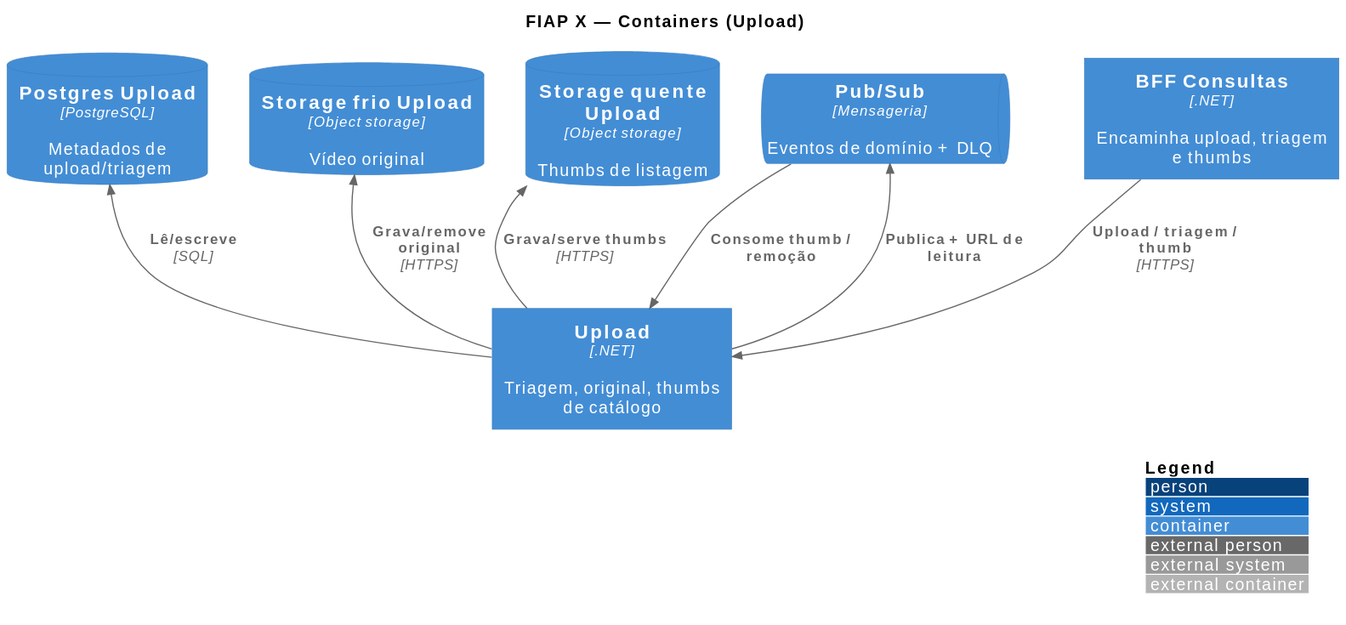
fiap-x-vcosta/docs keeps this PlantUML diagram as arquitetura/03_containers-upload.svg. Above is the earlier version.
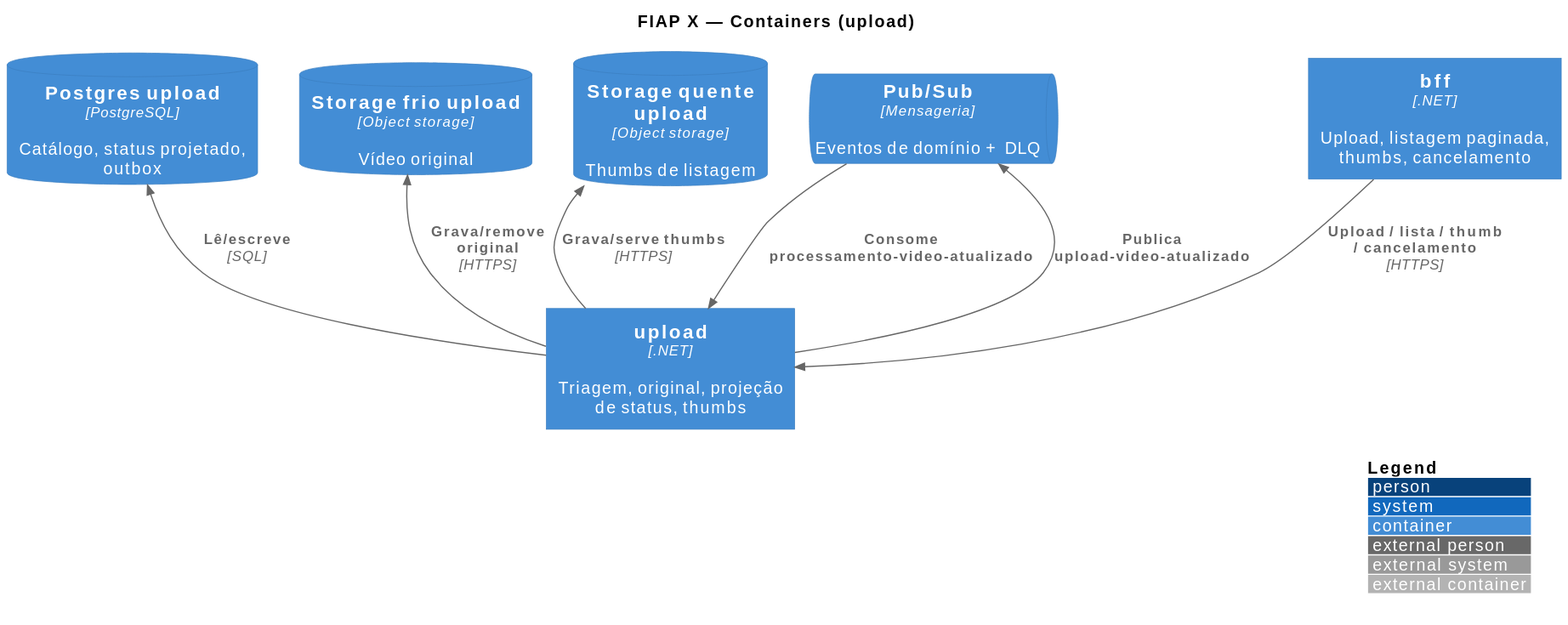
After the commit.

What changed in the source:
```diff
@@ -4,21 +4,21 @@
 LAYOUT_WITH_LEGEND()
 LAYOUT_TOP_DOWN()
 
-title FIAP X — Containers (Upload)
+title FIAP X — Containers (upload)
 
-Container(bff, "BFF Consultas", ".NET", "Encaminha upload, triagem e thumbs")
-Container(upload, "Upload", ".NET", "Triagem, original, thumbs de catálogo")
-ContainerDb(pgUpload, "Postgres Upload", "PostgreSQL", "Metadados de upload/triagem")
-ContainerDb(frioUp, "Storage frio Upload", "Object storage", "Vídeo original")
-ContainerDb(quente, "Storage quente Upload", "Object storage", "Thumbs de listagem")
+Container(bff, "bff", ".NET", "Upload, listagem paginada, thumbs, cancelamento")
+Container(upload, "upload", ".NET", "Triagem, original, projeção de status, thumbs")
+ContainerDb(pgUpload, "Postgres upload", "PostgreSQL", "Catálogo, status projetado, outbox")
+ContainerDb(frioUp, "Storage frio upload", "Object storage", "Vídeo original")
+ContainerDb(quente, "Storage quente upload", "Object storage", "Thumbs de listagem")
 ContainerQueue(pubsub, "Pub/Sub", "Mensageria", "Eventos de domínio + DLQ")
 
-Rel(bff, upload, "Upload / triagem / thumb", "HTTPS")
+Rel(bff, upload, "Upload / lista / thumb / cancelamento", "HTTPS")
 Rel(upload, pgUpload, "Lê/escreve", "SQL")
 Rel(upload, frioUp, "Grava/remove original", "HTTPS")
 Rel(upload, quente, "Grava/serve thumbs", "HTTPS")
-Rel(upload, pubsub, "Publica + URL de leitura")
-Rel(pubsub, upload, "Consome thumb / remoção")
+Rel(upload, pubsub, "Publica upload-video-atualizado")
+Rel(pubsub, upload, "Consome processamento-video-atualizado")
 
 Lay_D(bff, upload)
 Lay_D(upload, pgUpload)
```
